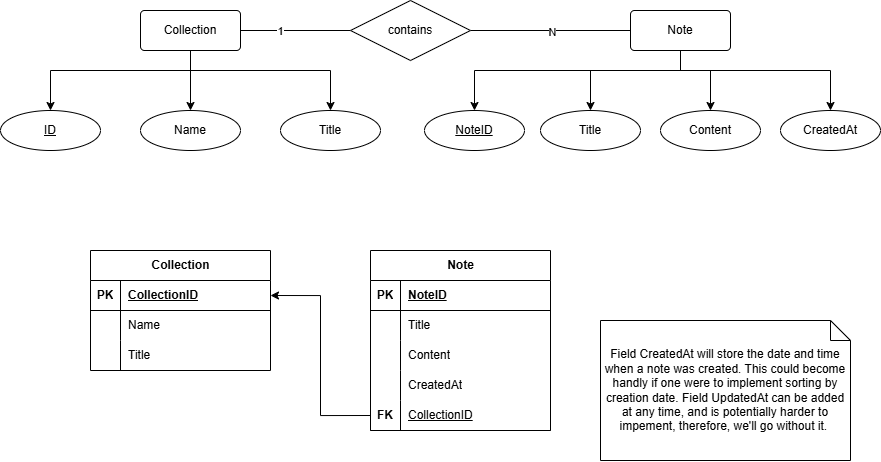
Above: Documents/entity-relationship-diagram.png in Twan-Reijinga/CSEP-net-note (draw.io), before the change. Source tidied: cells renumbered, new cells last; positions are measured from the earlier drawing's top-left corner, leaving out a move shared by most shapes. The source it was exported from:
```xml
<mxGraphModel>
  <root>
    <mxCell id="0" />
    <mxCell id="1" parent="0" />
    <mxCell id="2" style="edgeStyle=orthogonalEdgeStyle;rounded=0;jettySize=auto;html=1;endArrow=none;endFill=0;" parent="1" edge="1" source="7" target="15">
      <mxGeometry relative="1" as="geometry" />
    </mxCell>
    <mxCell id="3" value="1" style="edgeLabel;html=1;align=center;verticalAlign=middle;" parent="2" vertex="1">
      <mxGeometry x="-0.38" y="-4" relative="1" as="geometry">
        <mxPoint x="5" y="-4" as="offset" />
      </mxGeometry>
    </mxCell>
    <mxCell id="4" style="edgeStyle=orthogonalEdgeStyle;rounded=0;jettySize=auto;html=1;entryX=0.5;entryY=0;entryDx=0;entryDy=0;" parent="1" edge="1" source="7" target="16">
      <mxGeometry relative="1" as="geometry">
        <Array as="points">
          <mxPoint x="190" y="70" />
          <mxPoint x="50" y="70" />
        </Array>
      </mxGeometry>
    </mxCell>
    <mxCell id="5" style="edgeStyle=orthogonalEdgeStyle;rounded=0;jettySize=auto;html=1;" parent="1" edge="1" source="7" target="18">
      <mxGeometry relative="1" as="geometry">
        <Array as="points">
          <mxPoint x="190" y="70" />
          <mxPoint x="330" y="70" />
        </Array>
      </mxGeometry>
    </mxCell>
    <mxCell id="6" style="edgeStyle=orthogonalEdgeStyle;rounded=0;jettySize=auto;html=1;" parent="1" edge="1" source="7" target="50">
      <mxGeometry relative="1" as="geometry" />
    </mxCell>
    <mxCell id="7" value="Collection" style="rounded=1;arcSize=10;whiteSpace=wrap;html=1;align=center;" parent="1" vertex="1">
      <mxGeometry x="140" y="10" width="100" height="40" as="geometry" />
    </mxCell>
    <mxCell id="8" style="edgeStyle=orthogonalEdgeStyle;rounded=0;jettySize=auto;html=1;" parent="1" edge="1" source="12" target="17">
      <mxGeometry relative="1" as="geometry">
        <Array as="points">
          <mxPoint x="680" y="70" />
          <mxPoint x="474" y="70" />
        </Array>
      </mxGeometry>
    </mxCell>
    <mxCell id="9" style="edgeStyle=orthogonalEdgeStyle;rounded=0;jettySize=auto;html=1;entryX=0.5;entryY=0;entryDx=0;entryDy=0;" parent="1" edge="1" source="12" target="19">
      <mxGeometry relative="1" as="geometry">
        <Array as="points">
          <mxPoint x="680" y="70" />
          <mxPoint x="590" y="70" />
        </Array>
      </mxGeometry>
    </mxCell>
    <mxCell id="10" style="edgeStyle=orthogonalEdgeStyle;rounded=0;jettySize=auto;html=1;entryX=0.5;entryY=0;entryDx=0;entryDy=0;" parent="1" edge="1" source="12" target="20">
      <mxGeometry relative="1" as="geometry">
        <Array as="points">
          <mxPoint x="680" y="70" />
          <mxPoint x="710" y="70" />
        </Array>
      </mxGeometry>
    </mxCell>
    <mxCell id="11" style="edgeStyle=orthogonalEdgeStyle;rounded=0;jettySize=auto;html=1;" parent="1" edge="1" source="12" target="31">
      <mxGeometry relative="1" as="geometry">
        <Array as="points">
          <mxPoint x="680" y="70" />
          <mxPoint x="830" y="70" />
        </Array>
      </mxGeometry>
    </mxCell>
    <mxCell id="12" value="Note" style="rounded=1;arcSize=10;whiteSpace=wrap;html=1;align=center;" parent="1" vertex="1">
      <mxGeometry x="630" y="10" width="100" height="40" as="geometry" />
    </mxCell>
    <mxCell id="13" style="edgeStyle=orthogonalEdgeStyle;rounded=0;jettySize=auto;html=1;endArrow=none;endFill=0;" parent="1" edge="1" source="15" target="12">
      <mxGeometry relative="1" as="geometry" />
    </mxCell>
    <mxCell id="14" value="N" style="edgeLabel;html=1;align=center;verticalAlign=middle;" parent="13" vertex="1">
      <mxGeometry x="0.02" y="-1" relative="1" as="geometry" />
    </mxCell>
    <mxCell id="15" value="contains" style="shape=rhombus;perimeter=rhombusPerimeter;whiteSpace=wrap;html=1;align=center;" parent="1" vertex="1">
      <mxGeometry x="350" width="120" height="60" as="geometry" />
    </mxCell>
    <mxCell id="16" value="ID" style="ellipse;whiteSpace=wrap;html=1;align=center;fontStyle=4;" parent="1" vertex="1">
      <mxGeometry y="110" width="100" height="40" as="geometry" />
    </mxCell>
    <mxCell id="17" value="NoteID" style="ellipse;whiteSpace=wrap;html=1;align=center;fontStyle=4;" parent="1" vertex="1">
      <mxGeometry x="424" y="110" width="100" height="40" as="geometry" />
    </mxCell>
    <mxCell id="18" value="Title" style="ellipse;whiteSpace=wrap;html=1;align=center;" parent="1" vertex="1">
      <mxGeometry x="280" y="110" width="100" height="40" as="geometry" />
    </mxCell>
    <mxCell id="19" value="Title" style="ellipse;whiteSpace=wrap;html=1;align=center;" parent="1" vertex="1">
      <mxGeometry x="540" y="110" width="100" height="40" as="geometry" />
    </mxCell>
    <mxCell id="20" value="Content" style="ellipse;whiteSpace=wrap;html=1;align=center;" parent="1" vertex="1">
      <mxGeometry x="660" y="110" width="100" height="40" as="geometry" />
    </mxCell>
    <mxCell id="21" value="Collection" style="shape=table;startSize=30;rowLines=0;fontStyle=1;align=center;html=1;" parent="1" vertex="1">
      <mxGeometry x="90" y="250" width="180" height="120" as="geometry" />
    </mxCell>
    <mxCell id="22" style="shape=tableRow;horizontal=0;startSize=0;swimlaneHead=0;swimlaneBody=0;fillColor=none;points=[[0,0.5],[1,0.5]];portConstraint=eastwest;top=0;left=0;right=0;bottom=1;" parent="21" vertex="1">
      <mxGeometry y="30" width="180" height="30" as="geometry" />
    </mxCell>
    <mxCell id="23" value="PK" style="shape=partialRectangle;fillColor=none;top=0;left=0;bottom=0;right=0;fontStyle=1;overflow=hidden;whiteSpace=wrap;html=1;" parent="22" vertex="1">
      <mxGeometry width="30" height="30" as="geometry" />
    </mxCell>
    <mxCell id="24" value="CollectionID" style="shape=partialRectangle;fillColor=none;top=0;left=0;bottom=0;right=0;align=left;spacingLeft=6;fontStyle=5;overflow=hidden;whiteSpace=wrap;html=1;" parent="22" vertex="1">
      <mxGeometry x="30" width="150" height="30" as="geometry" />
    </mxCell>
    <mxCell id="25" style="shape=tableRow;horizontal=0;startSize=0;swimlaneHead=0;swimlaneBody=0;fillColor=none;top=0;left=0;right=0;bottom=0;" parent="21" vertex="1">
      <mxGeometry y="60" width="180" height="30" as="geometry" />
    </mxCell>
    <mxCell id="26" style="shape=partialRectangle;fillColor=none;top=0;left=0;bottom=0;right=0;overflow=hidden;whiteSpace=wrap;html=1;" parent="25" vertex="1">
      <mxGeometry width="30" height="30" as="geometry" />
    </mxCell>
    <mxCell id="27" value="Name" style="shape=partialRectangle;fillColor=none;top=0;left=0;bottom=0;right=0;align=left;spacingLeft=6;overflow=hidden;whiteSpace=wrap;html=1;" parent="25" vertex="1">
      <mxGeometry x="30" width="150" height="30" as="geometry" />
    </mxCell>
    <mxCell id="28" style="shape=tableRow;horizontal=0;startSize=0;swimlaneHead=0;swimlaneBody=0;fillColor=none;top=0;left=0;right=0;bottom=0;" parent="21" vertex="1">
      <mxGeometry y="90" width="180" height="30" as="geometry" />
    </mxCell>
    <mxCell id="29" style="shape=partialRectangle;fillColor=none;top=0;left=0;bottom=0;right=0;overflow=hidden;whiteSpace=wrap;html=1;" parent="28" vertex="1">
      <mxGeometry width="30" height="30" as="geometry" />
    </mxCell>
    <mxCell id="30" value="Title" style="shape=partialRectangle;fillColor=none;top=0;left=0;bottom=0;right=0;align=left;spacingLeft=6;overflow=hidden;whiteSpace=wrap;html=1;" parent="28" vertex="1">
      <mxGeometry x="30" width="150" height="30" as="geometry" />
    </mxCell>
    <mxCell id="31" value="CreatedAt" style="ellipse;whiteSpace=wrap;html=1;align=center;" parent="1" vertex="1">
      <mxGeometry x="780" y="110" width="100" height="40" as="geometry" />
    </mxCell>
    <mxCell id="32" value="Note" style="shape=table;startSize=30;rowLines=0;fontStyle=1;align=center;html=1;" parent="1" vertex="1">
      <mxGeometry x="370" y="250" width="180" height="180" as="geometry" />
    </mxCell>
    <mxCell id="33" style="shape=tableRow;horizontal=0;startSize=0;swimlaneHead=0;swimlaneBody=0;fillColor=none;top=0;left=0;right=0;bottom=1;" parent="32" vertex="1">
      <mxGeometry y="30" width="180" height="30" as="geometry" />
    </mxCell>
    <mxCell id="34" value="PK" style="shape=partialRectangle;fillColor=none;top=0;left=0;bottom=0;right=0;fontStyle=1;overflow=hidden;whiteSpace=wrap;html=1;" parent="33" vertex="1">
      <mxGeometry width="30" height="30" as="geometry" />
    </mxCell>
    <mxCell id="35" value="NoteID" style="shape=partialRectangle;fillColor=none;top=0;left=0;bottom=0;right=0;align=left;spacingLeft=6;fontStyle=5;overflow=hidden;whiteSpace=wrap;html=1;" parent="33" vertex="1">
      <mxGeometry x="30" width="150" height="30" as="geometry" />
    </mxCell>
    <mxCell id="36" style="shape=tableRow;horizontal=0;startSize=0;swimlaneHead=0;swimlaneBody=0;fillColor=none;top=0;left=0;right=0;bottom=0;" parent="32" vertex="1">
      <mxGeometry y="60" width="180" height="30" as="geometry" />
    </mxCell>
    <mxCell id="37" style="shape=partialRectangle;fillColor=none;top=0;left=0;bottom=0;right=0;overflow=hidden;whiteSpace=wrap;html=1;" parent="36" vertex="1">
      <mxGeometry width="30" height="30" as="geometry" />
    </mxCell>
    <mxCell id="38" value="Title" style="shape=partialRectangle;fillColor=none;top=0;left=0;bottom=0;right=0;align=left;spacingLeft=6;overflow=hidden;whiteSpace=wrap;html=1;" parent="36" vertex="1">
      <mxGeometry x="30" width="150" height="30" as="geometry" />
    </mxCell>
    <mxCell id="39" style="shape=tableRow;horizontal=0;startSize=0;swimlaneHead=0;swimlaneBody=0;fillColor=none;top=0;left=0;right=0;bottom=0;" parent="32" vertex="1">
      <mxGeometry y="90" width="180" height="30" as="geometry" />
    </mxCell>
    <mxCell id="40" style="shape=partialRectangle;fillColor=none;top=0;left=0;bottom=0;right=0;overflow=hidden;whiteSpace=wrap;html=1;" parent="39" vertex="1">
      <mxGeometry width="30" height="30" as="geometry" />
    </mxCell>
    <mxCell id="41" value="Content" style="shape=partialRectangle;fillColor=none;top=0;left=0;bottom=0;right=0;align=left;spacingLeft=6;overflow=hidden;whiteSpace=wrap;html=1;" parent="39" vertex="1">
      <mxGeometry x="30" width="150" height="30" as="geometry" />
    </mxCell>
    <mxCell id="42" style="shape=tableRow;horizontal=0;startSize=0;swimlaneHead=0;swimlaneBody=0;fillColor=none;top=0;left=0;right=0;bottom=0;" parent="32" vertex="1">
      <mxGeometry y="120" width="180" height="30" as="geometry" />
    </mxCell>
    <mxCell id="43" style="shape=partialRectangle;fillColor=none;top=0;left=0;bottom=0;right=0;overflow=hidden;whiteSpace=wrap;html=1;" parent="42" vertex="1">
      <mxGeometry width="30" height="30" as="geometry" />
    </mxCell>
    <mxCell id="44" value="CreatedAt" style="shape=partialRectangle;fillColor=none;top=0;left=0;bottom=0;right=0;align=left;spacingLeft=6;overflow=hidden;whiteSpace=wrap;html=1;" parent="42" vertex="1">
      <mxGeometry x="30" width="150" height="30" as="geometry" />
    </mxCell>
    <mxCell id="45" style="shape=tableRow;horizontal=0;startSize=0;swimlaneHead=0;swimlaneBody=0;fillColor=none;points=[[0,0.5],[1,0.5]];portConstraint=eastwest;top=0;left=0;right=0;bottom=1;" parent="32" vertex="1">
      <mxGeometry y="150" width="180" height="30" as="geometry" />
    </mxCell>
    <mxCell id="46" value="FK" style="shape=partialRectangle;fillColor=none;top=0;left=0;bottom=0;right=0;fontStyle=1;overflow=hidden;whiteSpace=wrap;html=1;" parent="45" vertex="1">
      <mxGeometry width="30" height="30" as="geometry" />
    </mxCell>
    <mxCell id="47" value="&lt;span style=&quot;font-weight: normal;&quot;&gt;CollectionID&lt;/span&gt;" style="shape=partialRectangle;fillColor=none;top=0;left=0;bottom=0;right=0;align=left;spacingLeft=6;fontStyle=5;overflow=hidden;whiteSpace=wrap;html=1;" parent="45" vertex="1">
      <mxGeometry x="30" width="150" height="30" as="geometry" />
    </mxCell>
    <mxCell id="48" style="edgeStyle=orthogonalEdgeStyle;rounded=0;jettySize=auto;html=1;exitX=0;exitY=0.5;exitDx=0;exitDy=0;entryX=1;entryY=0.5;entryDx=0;entryDy=0;" parent="1" edge="1" source="45" target="22">
      <mxGeometry relative="1" as="geometry" />
    </mxCell>
    <mxCell id="49" value="Field CreatedAt will store the date and time when a note was created. This could become handly if one were to implement sorting by creation date. Field UpdatedAt can be added at any time, and is potentially harder to impement, therefore, we'll go without it.&amp;nbsp;" style="shape=note;size=20;whiteSpace=wrap;html=1;" parent="1" vertex="1">
      <mxGeometry x="600" y="320" width="250" height="140" as="geometry" />
    </mxCell>
    <mxCell id="50" value="Name" style="ellipse;whiteSpace=wrap;html=1;align=center;" parent="1" vertex="1">
      <mxGeometry x="140" y="110" width="100" height="40" as="geometry" />
    </mxCell>
  </root>
</mxGraphModel>
```
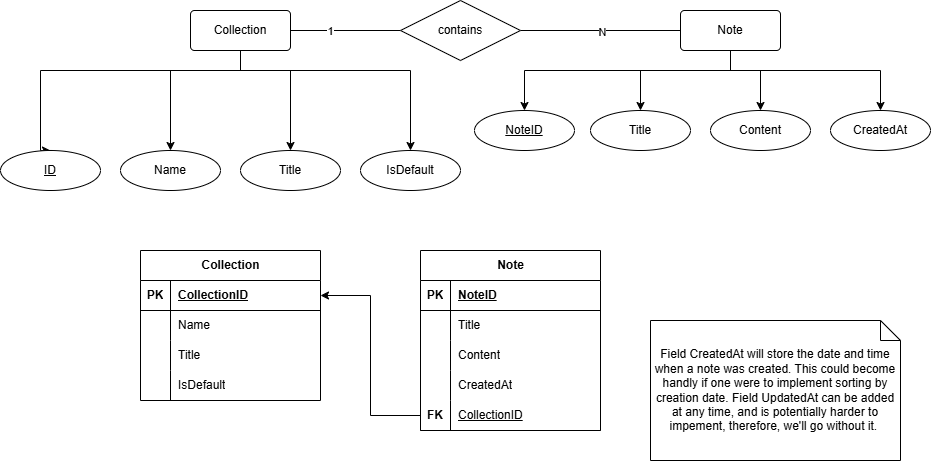
Above is the later version.

Commit message:
Added isDefault to Collection

The edit, as a diff of the source:
```diff
@@ -14,7 +14,7 @@
       <mxGeometry relative="1" as="geometry">
         <Array as="points">
           <mxPoint x="190" y="70" />
-          <mxPoint x="50" y="70" />
+          <mxPoint x="-10" y="70" />
         </Array>
       </mxGeometry>
     </mxCell>
@@ -22,13 +22,26 @@
       <mxGeometry relative="1" as="geometry">
         <Array as="points">
           <mxPoint x="190" y="70" />
-          <mxPoint x="330" y="70" />
+          <mxPoint x="240" y="70" />
         </Array>
       </mxGeometry>
     </mxCell>
     <mxCell id="6" style="edgeStyle=orthogonalEdgeStyle;rounded=0;jettySize=auto;html=1;" parent="1" edge="1" source="7" target="50">
-      <mxGeometry relative="1" as="geometry" />
+      <mxGeometry relative="1" as="geometry">
+        <Array as="points">
+          <mxPoint x="190" y="70" />
+          <mxPoint x="120" y="70" />
+        </Array>
+      </mxGeometry>
     </mxCell>
+    <mxCell id="51" style="edgeStyle=orthogonalEdgeStyle;rounded=0;jettySize=auto;html=1;" parent="1" edge="1" source="7" target="55">
+      <mxGeometry relative="1" as="geometry">
+        <Array as="points">
+          <mxPoint x="190" y="70" />
+          <mxPoint x="360" y="70" />
+        </Array>
+      </mxGeometry>
+    </mxCell>
     <mxCell id="7" value="Collection" style="rounded=1;arcSize=10;whiteSpace=wrap;html=1;align=center;" parent="1" vertex="1">
       <mxGeometry x="140" y="10" width="100" height="40" as="geometry" />
     </mxCell>
@@ -77,13 +90,13 @@
       <mxGeometry x="350" width="120" height="60" as="geometry" />
     </mxCell>
     <mxCell id="16" value="ID" style="ellipse;whiteSpace=wrap;html=1;align=center;fontStyle=4;" parent="1" vertex="1">
-      <mxGeometry y="110" width="100" height="40" as="geometry" />
+      <mxGeometry x="-50" y="150" width="100" height="40" as="geometry" />
     </mxCell>
     <mxCell id="17" value="NoteID" style="ellipse;whiteSpace=wrap;html=1;align=center;fontStyle=4;" parent="1" vertex="1">
       <mxGeometry x="424" y="110" width="100" height="40" as="geometry" />
     </mxCell>
     <mxCell id="18" value="Title" style="ellipse;whiteSpace=wrap;html=1;align=center;" parent="1" vertex="1">
-      <mxGeometry x="280" y="110" width="100" height="40" as="geometry" />
+      <mxGeometry x="190" y="150" width="100" height="40" as="geometry" />
     </mxCell>
     <mxCell id="19" value="Title" style="ellipse;whiteSpace=wrap;html=1;align=center;" parent="1" vertex="1">
       <mxGeometry x="540" y="110" width="100" height="40" as="geometry" />
@@ -92,7 +105,7 @@
       <mxGeometry x="660" y="110" width="100" height="40" as="geometry" />
     </mxCell>
     <mxCell id="21" value="Collection" style="shape=table;startSize=30;rowLines=0;fontStyle=1;align=center;html=1;" parent="1" vertex="1">
-      <mxGeometry x="90" y="250" width="180" height="120" as="geometry" />
+      <mxGeometry x="90" y="250" width="180" height="150" as="geometry" />
     </mxCell>
     <mxCell id="22" style="shape=tableRow;horizontal=0;startSize=0;swimlaneHead=0;swimlaneBody=0;fillColor=none;points=[[0,0.5],[1,0.5]];portConstraint=eastwest;top=0;left=0;right=0;bottom=1;" parent="21" vertex="1">
       <mxGeometry y="30" width="180" height="30" as="geometry" />
@@ -121,6 +134,15 @@
     <mxCell id="30" value="Title" style="shape=partialRectangle;fillColor=none;top=0;left=0;bottom=0;right=0;align=left;spacingLeft=6;overflow=hidden;whiteSpace=wrap;html=1;" parent="28" vertex="1">
       <mxGeometry x="30" width="150" height="30" as="geometry" />
     </mxCell>
+    <mxCell id="52" style="shape=tableRow;horizontal=0;startSize=0;swimlaneHead=0;swimlaneBody=0;fillColor=none;top=0;left=0;right=0;bottom=0;" parent="21" vertex="1">
+      <mxGeometry y="120" width="180" height="30" as="geometry" />
+    </mxCell>
+    <mxCell id="53" style="shape=partialRectangle;fillColor=none;top=0;left=0;bottom=0;right=0;overflow=hidden;whiteSpace=wrap;html=1;" parent="52" vertex="1">
+      <mxGeometry width="30" height="30" as="geometry" />
+    </mxCell>
+    <mxCell id="54" value="IsDefault" style="shape=partialRectangle;fillColor=none;top=0;left=0;bottom=0;right=0;align=left;spacingLeft=6;overflow=hidden;whiteSpace=wrap;html=1;" parent="52" vertex="1">
+      <mxGeometry x="30" width="150" height="30" as="geometry" />
+    </mxCell>
     <mxCell id="31" value="CreatedAt" style="ellipse;whiteSpace=wrap;html=1;align=center;" parent="1" vertex="1">
       <mxGeometry x="780" y="110" width="100" height="40" as="geometry" />
     </mxCell>
@@ -179,7 +201,10 @@
       <mxGeometry x="600" y="320" width="250" height="140" as="geometry" />
     </mxCell>
     <mxCell id="50" value="Name" style="ellipse;whiteSpace=wrap;html=1;align=center;" parent="1" vertex="1">
-      <mxGeometry x="140" y="110" width="100" height="40" as="geometry" />
+      <mxGeometry x="70" y="150" width="100" height="40" as="geometry" />
     </mxCell>
+    <mxCell id="55" value="IsDefault" style="ellipse;whiteSpace=wrap;html=1;align=center;" parent="1" vertex="1">
+      <mxGeometry x="310" y="150" width="100" height="40" as="geometry" />
+    </mxCell>
   </root>
 </mxGraphModel>
```
